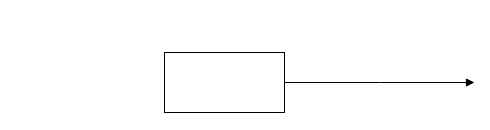
Before: Diagrama sin título.drawio in IngMFernandez/BENTRE23-Viabilidad_viviendas, a draw.io diagram. Source tidied: cells renumbered, new cells numbered last; positions are measured from the earlier drawing's top-left corner, leaving out a move shared by most shapes. Both pictures are drawn from the tidied source at 100%, with x=0, y=0 at pixel (164, 52).
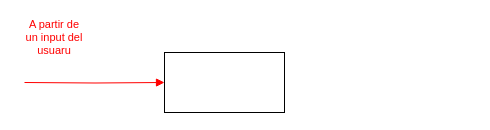
The same page after the edit.

Diff of the diagram source:
```diff
@@
 <mxGraphModel>
   <root>
     <mxCell id="0" />
     <mxCell id="1" parent="0" />
-    <mxCell id="2" style="edgeStyle=orthogonalEdgeStyle;rounded=0;jettySize=auto;html=1;endArrow=block;endFill=1;" parent="1" edge="1" source="3">
-      <mxGeometry relative="1" as="geometry">
-        <mxPoint x="310" y="30" as="targetPoint" />
-      </mxGeometry>
-    </mxCell>
+    <mxCell id="4" style="edgeStyle=orthogonalEdgeStyle;shape=connector;rounded=0;jettySize=auto;html=1;labelBackgroundColor=default;strokeColor=#FF0000;fontFamily=Helvetica;fontSize=11;fontColor=default;endArrow=block;endFill=1;" parent="1" edge="1" target="3">
+      <mxGeometry relative="1" as="geometry">
+        <mxPoint x="-140" y="30" as="sourcePoint" />
+      </mxGeometry>
+    </mxCell>
     <mxCell id="3" style="rounded=0;whiteSpace=wrap;html=1;" parent="1" vertex="1">
       <mxGeometry width="120" height="60" as="geometry" />
     </mxCell>
+    <mxCell id="5" value="A partir de un input del usuaru" style="text;html=1;strokeColor=none;fillColor=none;align=center;verticalAlign=middle;whiteSpace=wrap;rounded=0;fontSize=11;fontFamily=Helvetica;fontColor=#FF0000;" parent="1" vertex="1">
+      <mxGeometry x="-140" y="-30" width="60" height="30" as="geometry" />
+    </mxCell>
   </root>
 </mxGraphModel>
```
